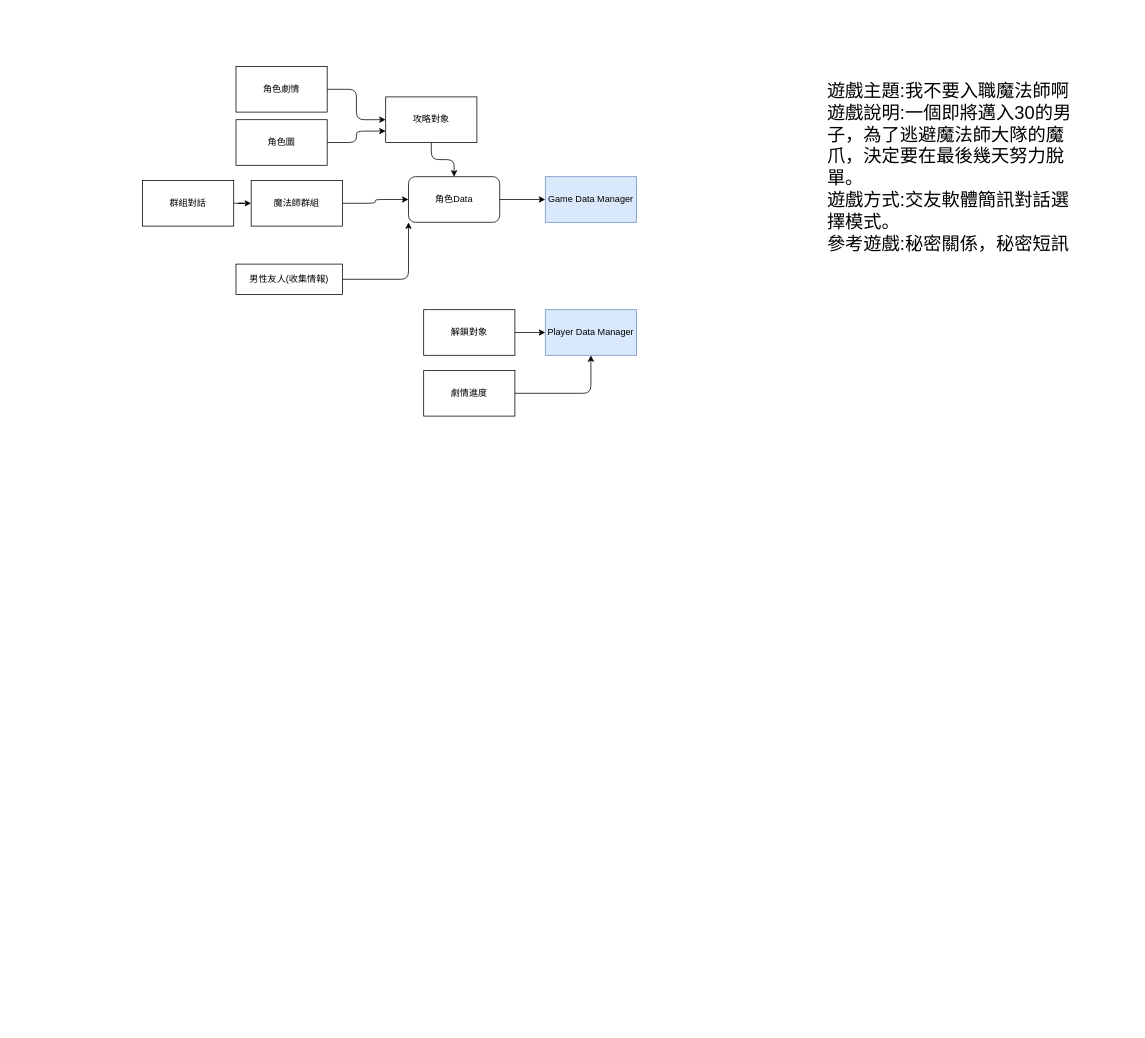
Above: Untitled Diagram.drawio in tarkers/Game_flow_chart (draw.io), before the change. Source tidied: cells renumbered, new cells numbered last; positions are measured from the earlier drawing's top-left corner, leaving out a move shared by most shapes. Both pictures are drawn from the tidied source at 76%, with x=0, y=0 at pixel (142, 66).
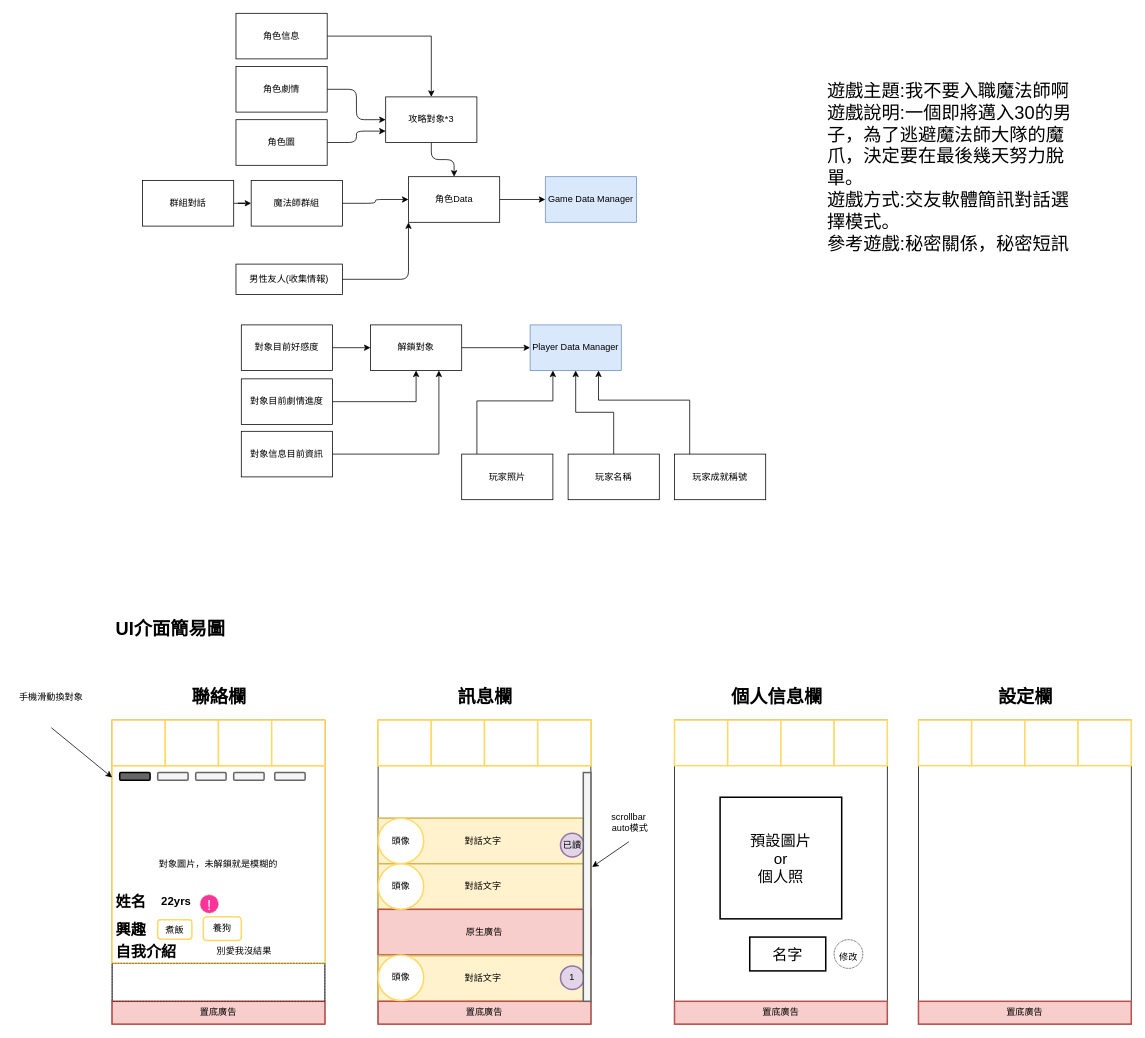
The same page after the edit.

The edit, as a diff of the source:
```diff
@@
     <mxCell id="5" value="Player Data Manager" style="rounded=0;whiteSpace=wrap;html=1;fillColor=#dae8fc;strokeColor=#6c8ebf;" parent="1" vertex="1">
-      <mxGeometry x="530" y="320" width="120" height="60" as="geometry" />
+      <mxGeometry x="510" y="340" width="120" height="60" as="geometry" />
     </mxCell>
@@
-    <mxCell id="7" value="角色Data" style="rounded=1;whiteSpace=wrap;html=1;sketch=0;" parent="1" vertex="1">
+    <mxCell id="7" value="角色Data" style="rounded=0;whiteSpace=wrap;html=1;sketch=0;" parent="1" vertex="1">
       <mxGeometry x="350" y="145" width="120" height="60" as="geometry" />
     </mxCell>
@@
     <mxCell id="12" value="解鎖對象" style="rounded=0;whiteSpace=wrap;html=1;sketch=0;align=center;" parent="1" vertex="1">
-      <mxGeometry x="370" y="320" width="120" height="60" as="geometry" />
+      <mxGeometry x="300" y="340" width="120" height="60" as="geometry" />
     </mxCell>
-    <mxCell id="13" style="edgeStyle=orthogonalEdgeStyle;curved=0;rounded=1;sketch=0;jettySize=auto;html=1;entryX=0.5;entryY=1;entryDx=0;entryDy=0;" parent="1" edge="1" source="14" target="5">
-      <mxGeometry relative="1" as="geometry" />
-    </mxCell>
-    <mxCell id="14" value="劇情進度" style="rounded=0;whiteSpace=wrap;html=1;sketch=0;align=center;" parent="1" vertex="1">
-      <mxGeometry x="370" y="400" width="120" height="60" as="geometry" />
-    </mxCell>
@@
-    <mxCell id="18" value="攻略對象" style="rounded=0;whiteSpace=wrap;html=1;sketch=0;align=center;" parent="1" vertex="1">
+    <mxCell id="18" value="攻略對象*3" style="rounded=0;whiteSpace=wrap;html=1;sketch=0;align=center;" parent="1" vertex="1">
       <mxGeometry x="320" y="40" width="120" height="60" as="geometry" />
     </mxCell>
@@
+    <mxCell id="23" style="edgeStyle=orthogonalEdgeStyle;rounded=0;jettySize=auto;html=1;" parent="1" edge="1" source="24" target="12">
+      <mxGeometry relative="1" as="geometry" />
+    </mxCell>
+    <mxCell id="24" value="對象目前好感度" style="rounded=0;whiteSpace=wrap;html=1;" parent="1" vertex="1">
+      <mxGeometry x="130" y="340" width="120" height="60" as="geometry" />
+    </mxCell>
+    <mxCell id="25" style="edgeStyle=orthogonalEdgeStyle;rounded=0;jettySize=auto;html=1;" parent="1" edge="1" source="26" target="12">
+      <mxGeometry relative="1" as="geometry" />
+    </mxCell>
+    <mxCell id="26" value="對象目前劇情進度" style="rounded=0;whiteSpace=wrap;html=1;" parent="1" vertex="1">
+      <mxGeometry x="130" y="411" width="120" height="60" as="geometry" />
+    </mxCell>
+    <mxCell id="27" style="edgeStyle=orthogonalEdgeStyle;rounded=0;jettySize=auto;html=1;" parent="1" edge="1" source="28" target="5">
+      <mxGeometry relative="1" as="geometry" />
+    </mxCell>
+    <mxCell id="28" value="玩家名稱" style="rounded=0;whiteSpace=wrap;html=1;" parent="1" vertex="1">
+      <mxGeometry x="560" y="510" width="120" height="60" as="geometry" />
+    </mxCell>
+    <mxCell id="29" style="edgeStyle=orthogonalEdgeStyle;rounded=0;jettySize=auto;html=1;entryX=0.25;entryY=1;entryDx=0;entryDy=0;" parent="1" edge="1" source="30" target="5">
+      <mxGeometry relative="1" as="geometry">
+        <Array as="points">
+          <mxPoint x="440" y="440" />
+          <mxPoint x="540" y="440" />
+        </Array>
+      </mxGeometry>
+    </mxCell>
+    <mxCell id="30" value="玩家照片" style="rounded=0;whiteSpace=wrap;html=1;" parent="1" vertex="1">
+      <mxGeometry x="420" y="510" width="120" height="60" as="geometry" />
+    </mxCell>
+    <mxCell id="31" style="edgeStyle=orthogonalEdgeStyle;rounded=0;jettySize=auto;html=1;entryX=0.75;entryY=1;entryDx=0;entryDy=0;" parent="1" edge="1" source="32" target="5">
+      <mxGeometry relative="1" as="geometry">
+        <Array as="points">
+          <mxPoint x="720" y="439" />
+          <mxPoint x="600" y="439" />
+        </Array>
+      </mxGeometry>
+    </mxCell>
+    <mxCell id="32" value="玩家成就稱號" style="rounded=0;whiteSpace=wrap;html=1;" parent="1" vertex="1">
+      <mxGeometry x="700" y="510" width="120" height="60" as="geometry" />
+    </mxCell>
+    <mxCell id="33" style="edgeStyle=orthogonalEdgeStyle;rounded=0;jettySize=auto;html=1;entryX=0.75;entryY=1;entryDx=0;entryDy=0;" parent="1" edge="1" source="34" target="12">
+      <mxGeometry relative="1" as="geometry" />
+    </mxCell>
+    <mxCell id="34" value="對象信息目前資訊" style="rounded=0;whiteSpace=wrap;html=1;" parent="1" vertex="1">
+      <mxGeometry x="130" y="480" width="120" height="60" as="geometry" />
+    </mxCell>
+    <mxCell id="35" style="edgeStyle=orthogonalEdgeStyle;rounded=0;jettySize=auto;html=1;exitX=1;exitY=0.5;exitDx=0;exitDy=0;entryX=0.5;entryY=0;entryDx=0;entryDy=0;" parent="1" edge="1" source="36" target="18">
+      <mxGeometry relative="1" as="geometry" />
+    </mxCell>
+    <mxCell id="36" value="角色信息" style="rounded=0;whiteSpace=wrap;html=1;" parent="1" vertex="1">
+      <mxGeometry x="123" y="-70" width="120" height="60" as="geometry" />
+    </mxCell>
+    <mxCell id="37" style="rounded=0;whiteSpace=wrap;html=1;" parent="1" vertex="1">
+      <mxGeometry x="-40" y="860" width="280" height="400" as="geometry" />
+    </mxCell>
+    <mxCell id="38" value="&lt;h1&gt;UI介面簡易圖&lt;/h1&gt;" style="text;html=1;strokeColor=none;fillColor=none;spacing=5;spacingTop=-20;whiteSpace=wrap;overflow=hidden;rounded=0;" parent="1" vertex="1">
+      <mxGeometry x="-40" y="720" width="190" height="120" as="geometry" />
+    </mxCell>
+    <mxCell id="39" value="&lt;h1&gt;聯絡欄&lt;/h1&gt;" style="text;html=1;strokeColor=none;fillColor=none;spacing=5;spacingTop=-20;whiteSpace=wrap;overflow=hidden;rounded=0;" parent="1" vertex="1">
+      <mxGeometry x="60" y="810" width="80" height="40" as="geometry" />
+    </mxCell>
+    <mxCell id="40" value="&lt;h1&gt;訊息欄&lt;/h1&gt;" style="text;html=1;strokeColor=none;fillColor=none;spacing=5;spacingTop=-20;whiteSpace=wrap;overflow=hidden;rounded=0;" parent="1" vertex="1">
+      <mxGeometry x="410" y="810" width="80" height="40" as="geometry" />
+    </mxCell>
+    <mxCell id="41" style="rounded=0;whiteSpace=wrap;html=1;" parent="1" vertex="1">
+      <mxGeometry x="310" y="860" width="280" height="400" as="geometry" />
+    </mxCell>
+    <mxCell id="42" value="&lt;span&gt;對話文字&amp;nbsp;&lt;/span&gt;" style="rounded=0;whiteSpace=wrap;html=1;fillColor=#fff2cc;strokeColor=#d6b656;strokeWidth=2;" parent="1" vertex="1">
+      <mxGeometry x="310" y="989" width="280" height="60" as="geometry" />
+    </mxCell>
+    <mxCell id="43" value="對話文字&amp;nbsp;" style="rounded=0;whiteSpace=wrap;html=1;fillColor=#fff2cc;strokeColor=#d6b656;strokeWidth=2;" parent="1" vertex="1">
+      <mxGeometry x="310" y="1049" width="280" height="60" as="geometry" />
+    </mxCell>
+    <mxCell id="44" value="原生廣告" style="rounded=0;whiteSpace=wrap;html=1;fillColor=#f8cecc;strokeColor=#b85450;strokeWidth=2;" parent="1" vertex="1">
+      <mxGeometry x="310" y="1109" width="280" height="60" as="geometry" />
+    </mxCell>
+    <mxCell id="45" value="&lt;span&gt;對話文字&amp;nbsp;&lt;/span&gt;" style="rounded=0;whiteSpace=wrap;html=1;fillColor=#fff2cc;strokeColor=#d6b656;strokeWidth=2;" parent="1" vertex="1">
+      <mxGeometry x="310" y="1170" width="280" height="60" as="geometry" />
+    </mxCell>
+    <mxCell id="46" value="置底廣告" style="rounded=0;whiteSpace=wrap;html=1;strokeColor=#b85450;strokeWidth=2;fillColor=#f8cecc;" parent="1" vertex="1">
+      <mxGeometry x="310" y="1230" width="280" height="30" as="geometry" />
+    </mxCell>
+    <mxCell id="47" value="置底廣告" style="rounded=0;whiteSpace=wrap;html=1;strokeColor=#b85450;strokeWidth=2;fillColor=#f8cecc;" parent="1" vertex="1">
+      <mxGeometry x="-40" y="1230" width="280" height="30" as="geometry" />
+    </mxCell>
+    <mxCell id="48" value="頭像" style="ellipse;whiteSpace=wrap;html=1;strokeColor=#FFD966;strokeWidth=2;" parent="1" vertex="1">
+      <mxGeometry x="310" y="989" width="60" height="60" as="geometry" />
+    </mxCell>
+    <mxCell id="49" value="頭像" style="ellipse;whiteSpace=wrap;html=1;strokeColor=#FFD966;strokeWidth=2;" parent="1" vertex="1">
+      <mxGeometry x="310" y="1049" width="60" height="60" as="geometry" />
+    </mxCell>
+    <mxCell id="50" value="頭像" style="ellipse;whiteSpace=wrap;html=1;strokeColor=#FFD966;strokeWidth=2;" parent="1" vertex="1">
+      <mxGeometry x="310" y="1169" width="60" height="60" as="geometry" />
+    </mxCell>
+    <mxCell id="51" value="1" style="ellipse;whiteSpace=wrap;html=1;strokeColor=#9673a6;strokeWidth=2;fillColor=#e1d5e7;" parent="1" vertex="1">
+      <mxGeometry x="550" y="1183.5" width="31" height="31" as="geometry" />
+    </mxCell>
+    <mxCell id="52" value="已讀" style="ellipse;whiteSpace=wrap;html=1;strokeColor=#9673a6;strokeWidth=2;fillColor=#e1d5e7;" parent="1" vertex="1">
+      <mxGeometry x="550" y="1009" width="31" height="31" as="geometry" />
+    </mxCell>
+    <mxCell id="53" style="rounded=0;whiteSpace=wrap;html=1;strokeColor=#666666;strokeWidth=2;fillColor=#f5f5f5;fontColor=#333333;" parent="1" vertex="1">
+      <mxGeometry x="580" y="929" width="10" height="301" as="geometry" />
+    </mxCell>
+    <mxCell id="54" style="endArrow=classic;html=1;entryX=1.16;entryY=0.413;entryDx=0;entryDy=0;entryPerimeter=0;exitX=0.5;exitY=1;exitDx=0;exitDy=0;" parent="1" edge="1" source="55" target="53">
+      <mxGeometry relative="1" as="geometry" />
+    </mxCell>
+    <mxCell id="55" value="scrollbar&lt;br&gt;&amp;nbsp;auto模式" style="text;html=1;strokeColor=none;fillColor=none;align=center;verticalAlign=middle;whiteSpace=wrap;rounded=0;" parent="1" vertex="1">
+      <mxGeometry x="590" y="970" width="100" height="50" as="geometry" />
+    </mxCell>
+    <mxCell id="56" style="rounded=0;whiteSpace=wrap;html=1;" parent="1" vertex="1">
+      <mxGeometry x="1021" y="860" width="280" height="400" as="geometry" />
+    </mxCell>
+    <mxCell id="57" value="&lt;h1&gt;設定欄&lt;/h1&gt;" style="text;html=1;strokeColor=none;fillColor=none;spacing=5;spacingTop=-20;whiteSpace=wrap;overflow=hidden;rounded=0;" parent="1" vertex="1">
+      <mxGeometry x="1121" y="810" width="80" height="40" as="geometry" />
+    </mxCell>
+    <mxCell id="58" value="置底廣告" style="rounded=0;whiteSpace=wrap;html=1;strokeColor=#b85450;strokeWidth=2;fillColor=#f8cecc;" parent="1" vertex="1">
+      <mxGeometry x="1021" y="1230" width="280" height="30" as="geometry" />
+    </mxCell>
+    <mxCell id="59" style="rounded=0;whiteSpace=wrap;html=1;strokeColor=#FFD966;strokeWidth=2;" parent="1" vertex="1">
+      <mxGeometry x="310" y="860" width="280" height="60" as="geometry" />
+    </mxCell>
+    <mxCell id="60" value="對象圖片，未解鎖就是模糊的" style="rounded=0;whiteSpace=wrap;html=1;strokeColor=#FFD966;strokeWidth=2;" parent="1" vertex="1">
+      <mxGeometry x="-40" y="920" width="280" height="260" as="geometry" />
+    </mxCell>
+    <mxCell id="61" style="group;" parent="1" vertex="1">
+      <mxGeometry x="1021" y="860" width="280" height="60" as="geometry" />
+    </mxCell>
+    <mxCell id="62" style="rounded=0;whiteSpace=wrap;html=1;strokeColor=#FFD966;strokeWidth=2;" parent="61" vertex="1">
+      <mxGeometry width="70" height="60" as="geometry" />
+    </mxCell>
+    <mxCell id="63" style="rounded=0;whiteSpace=wrap;html=1;strokeColor=#FFD966;strokeWidth=2;" parent="61" vertex="1">
+      <mxGeometry x="70" width="70" height="60" as="geometry" />
+    </mxCell>
+    <mxCell id="64" style="rounded=0;whiteSpace=wrap;html=1;strokeColor=#FFD966;strokeWidth=2;" parent="61" vertex="1">
+      <mxGeometry x="140" width="70" height="60" as="geometry" />
+    </mxCell>
+    <mxCell id="65" style="rounded=0;whiteSpace=wrap;html=1;strokeColor=#FFD966;strokeWidth=2;" parent="61" vertex="1">
+      <mxGeometry x="210" width="70" height="60" as="geometry" />
+    </mxCell>
+    <mxCell id="66" style="group;" parent="1" vertex="1">
+      <mxGeometry x="-40" y="860" width="280" height="60" as="geometry" />
+    </mxCell>
+    <mxCell id="67" style="rounded=0;whiteSpace=wrap;html=1;strokeColor=#FFD966;strokeWidth=2;" parent="66" vertex="1">
+      <mxGeometry width="70" height="60" as="geometry" />
+    </mxCell>
+    <mxCell id="68" style="rounded=0;whiteSpace=wrap;html=1;strokeColor=#FFD966;strokeWidth=2;" parent="66" vertex="1">
+      <mxGeometry x="70" width="70" height="60" as="geometry" />
+    </mxCell>
+    <mxCell id="69" style="rounded=0;whiteSpace=wrap;html=1;strokeColor=#FFD966;strokeWidth=2;" parent="66" vertex="1">
+      <mxGeometry x="140" width="70" height="60" as="geometry" />
+    </mxCell>
+    <mxCell id="70" style="rounded=0;whiteSpace=wrap;html=1;strokeColor=#FFD966;strokeWidth=2;" parent="66" vertex="1">
+      <mxGeometry x="210" width="70" height="60" as="geometry" />
+    </mxCell>
+    <mxCell id="71" style="group;" parent="1" vertex="1">
+      <mxGeometry x="310" y="860" width="280" height="60" as="geometry" />
+    </mxCell>
+    <mxCell id="72" style="rounded=0;whiteSpace=wrap;html=1;strokeColor=#FFD966;strokeWidth=2;" parent="71" vertex="1">
+      <mxGeometry width="70" height="60" as="geometry" />
+    </mxCell>
+    <mxCell id="73" style="rounded=0;whiteSpace=wrap;html=1;strokeColor=#FFD966;strokeWidth=2;" parent="71" vertex="1">
+      <mxGeometry x="70" width="70" height="60" as="geometry" />
+    </mxCell>
+    <mxCell id="74" style="rounded=0;whiteSpace=wrap;html=1;strokeColor=#FFD966;strokeWidth=2;" parent="71" vertex="1">
+      <mxGeometry x="140" width="70" height="60" as="geometry" />
+    </mxCell>
+    <mxCell id="75" style="rounded=0;whiteSpace=wrap;html=1;strokeColor=#FFD966;strokeWidth=2;" parent="71" vertex="1">
+      <mxGeometry x="210" width="70" height="60" as="geometry" />
+    </mxCell>
+    <mxCell id="76" style="rounded=0;whiteSpace=wrap;html=1;" parent="1" vertex="1">
+      <mxGeometry x="700" y="860" width="280" height="400" as="geometry" />
+    </mxCell>
+    <mxCell id="77" value="&lt;h1&gt;個人信息欄&lt;/h1&gt;" style="text;html=1;strokeColor=none;fillColor=none;spacing=5;spacingTop=-20;whiteSpace=wrap;overflow=hidden;rounded=0;" parent="1" vertex="1">
+      <mxGeometry x="770" y="810" width="140" height="40" as="geometry" />
+    </mxCell>
+    <mxCell id="78" value="置底廣告" style="rounded=0;whiteSpace=wrap;html=1;strokeColor=#b85450;strokeWidth=2;fillColor=#f8cecc;" parent="1" vertex="1">
+      <mxGeometry x="700" y="1230" width="280" height="30" as="geometry" />
+    </mxCell>
+    <mxCell id="79" style="group;" parent="1" vertex="1">
+      <mxGeometry x="700" y="860" width="280" height="60" as="geometry" />
+    </mxCell>
+    <mxCell id="80" style="rounded=0;whiteSpace=wrap;html=1;strokeColor=#FFD966;strokeWidth=2;" parent="79" vertex="1">
+      <mxGeometry width="70" height="60" as="geometry" />
+    </mxCell>
+    <mxCell id="81" style="rounded=0;whiteSpace=wrap;html=1;strokeColor=#FFD966;strokeWidth=2;" parent="79" vertex="1">
+      <mxGeometry x="70" width="70" height="60" as="geometry" />
+    </mxCell>
+    <mxCell id="82" style="rounded=0;whiteSpace=wrap;html=1;strokeColor=#FFD966;strokeWidth=2;" parent="79" vertex="1">
+      <mxGeometry x="140" width="70" height="60" as="geometry" />
+    </mxCell>
+    <mxCell id="83" style="rounded=0;whiteSpace=wrap;html=1;strokeColor=#FFD966;strokeWidth=2;" parent="79" vertex="1">
+      <mxGeometry x="210" width="70" height="60" as="geometry" />
+    </mxCell>
+    <mxCell id="84" value="&lt;h1 style=&quot;font-size: 20px;&quot;&gt;姓名&lt;/h1&gt;" style="text;html=1;strokeColor=none;fillColor=none;spacing=5;spacingTop=-20;whiteSpace=wrap;overflow=hidden;rounded=0;fontSize=20;" parent="1" vertex="1">
+      <mxGeometry x="-40" y="1083.8" width="50" height="30" as="geometry" />
+    </mxCell>
+    <mxCell id="85" value="&lt;h1&gt;&lt;font style=&quot;font-size: 15px&quot;&gt;22yrs&lt;/font&gt;&lt;/h1&gt;" style="text;html=1;strokeColor=none;fillColor=none;spacing=5;spacingTop=-20;whiteSpace=wrap;overflow=hidden;rounded=0;" parent="1" vertex="1">
+      <mxGeometry x="20" y="1076" width="60" height="45.5" as="geometry" />
+    </mxCell>
+    <mxCell id="86" value="煮飯" style="rounded=1;whiteSpace=wrap;html=1;strokeColor=#FFD966;strokeWidth=2;" parent="1" vertex="1">
+      <mxGeometry x="20" y="1122.8" width="45" height="25.5" as="geometry" />
+    </mxCell>
+    <mxCell id="87" value="養狗" style="rounded=1;whiteSpace=wrap;html=1;strokeColor=#FFD966;strokeWidth=2;" parent="1" vertex="1">
+      <mxGeometry x="80" y="1118.8" width="50" height="31.2" as="geometry" />
+    </mxCell>
+    <mxCell id="88" value="&lt;h1 style=&quot;font-size: 20px;&quot;&gt;興趣&lt;/h1&gt;" style="text;html=1;strokeColor=none;fillColor=none;spacing=5;spacingTop=-20;whiteSpace=wrap;overflow=hidden;rounded=0;fontSize=20;" parent="1" vertex="1">
+      <mxGeometry x="-40" y="1121" width="50" height="24.5" as="geometry" />
+    </mxCell>
+    <mxCell id="89" style="rounded=1;whiteSpace=wrap;html=1;strokeWidth=2;fontColor=#333333;fillColor=#666666;" parent="1" vertex="1">
+      <mxGeometry x="-30" y="929" width="40" height="10" as="geometry" />
+    </mxCell>
+    <mxCell id="90" style="rounded=1;whiteSpace=wrap;html=1;strokeColor=#666666;strokeWidth=2;fillColor=#f5f5f5;fontColor=#333333;" parent="1" vertex="1">
+      <mxGeometry x="20" y="929" width="40" height="10" as="geometry" />
+    </mxCell>
+    <mxCell id="91" style="rounded=1;whiteSpace=wrap;html=1;strokeColor=#666666;strokeWidth=2;fillColor=#f5f5f5;fontColor=#333333;" parent="1" vertex="1">
+      <mxGeometry x="70" y="929" width="40" height="10" as="geometry" />
+    </mxCell>
+    <mxCell id="92" style="rounded=1;whiteSpace=wrap;html=1;strokeColor=#666666;strokeWidth=2;fillColor=#f5f5f5;fontColor=#333333;" parent="1" vertex="1">
+      <mxGeometry x="120" y="929" width="40" height="10" as="geometry" />
+    </mxCell>
+    <mxCell id="93" style="rounded=1;whiteSpace=wrap;html=1;strokeColor=#666666;strokeWidth=2;fillColor=#f5f5f5;fontColor=#333333;" parent="1" vertex="1">
+      <mxGeometry x="174" y="929" width="40" height="10" as="geometry" />
+    </mxCell>
+    <mxCell id="94" style="endArrow=classic;html=1;" parent="1" edge="1" target="60">
+      <mxGeometry relative="1" as="geometry">
+        <mxPoint x="-120" y="870" as="sourcePoint" />
+      </mxGeometry>
+    </mxCell>
+    <mxCell id="95" value="手機滑動換對象" style="text;html=1;strokeColor=none;fillColor=none;align=center;verticalAlign=middle;whiteSpace=wrap;rounded=0;" parent="1" vertex="1">
+      <mxGeometry x="-170" y="800" width="100" height="60" as="geometry" />
+    </mxCell>
+    <mxCell id="96" value="&lt;h1 style=&quot;font-size: 20px&quot;&gt;自我介紹&lt;/h1&gt;" style="text;html=1;strokeColor=none;fillColor=none;spacing=5;spacingTop=-20;whiteSpace=wrap;overflow=hidden;rounded=0;" parent="1" vertex="1">
+      <mxGeometry x="-40" y="1150" width="100" height="45.5" as="geometry" />
+    </mxCell>
+    <mxCell id="97" value="&lt;span style=&quot;font-size: 12px&quot;&gt;別愛我沒結果&lt;/span&gt;" style="text;html=1;strokeColor=none;fillColor=none;align=center;verticalAlign=middle;whiteSpace=wrap;rounded=0;fontSize=20;" parent="1" vertex="1">
+      <mxGeometry x="54" y="1150" width="160" height="20" as="geometry" />
+    </mxCell>
+    <mxCell id="98" value="預設圖片&lt;br&gt;or&lt;br&gt;個人照" style="rounded=0;whiteSpace=wrap;html=1;strokeColor=#000000;strokeWidth=2;fillColor=none;fontSize=20;fontColor=none;" parent="1" vertex="1">
+      <mxGeometry x="760" y="961.5" width="160" height="160" as="geometry" />
+    </mxCell>
+    <mxCell id="99" value="名字" style="rounded=0;whiteSpace=wrap;html=1;strokeColor=#000000;strokeWidth=2;fillColor=none;fontSize=20;fontColor=none;" parent="1" vertex="1">
+      <mxGeometry x="799" y="1145.5" width="100" height="44.5" as="geometry" />
+    </mxCell>
+    <mxCell id="100" value="&lt;div style=&quot;text-align: justify&quot;&gt;&lt;span style=&quot;font-size: 12px&quot;&gt;修改&lt;/span&gt;&lt;/div&gt;" style="ellipse;whiteSpace=wrap;html=1;strokeWidth=1;fillColor=none;fontSize=20;fontColor=none;align=center;dashed=1;dashPattern=1 1;" parent="1" vertex="1">
+      <mxGeometry x="910" y="1148.9" width="37.8" height="37.8" as="geometry" />
+    </mxCell>
+    <mxCell id="101" value="&lt;font style=&quot;font-size: 20px&quot; color=&quot;#ffffff&quot;&gt;!&lt;/font&gt;" style="ellipse;whiteSpace=wrap;html=1;dashed=1;dashPattern=1 1;strokeColor=#b85450;strokeWidth=1;fontSize=20;fillColor=#FF3399;" parent="1" vertex="1">
+      <mxGeometry x="76" y="1090" width="23.8" height="23.8" as="geometry" />
+    </mxCell>
+    <mxCell id="102" style="rounded=0;whiteSpace=wrap;html=1;dashed=1;dashPattern=1 1;strokeColor=#000000;strokeWidth=1;fontSize=20;fontColor=none;fillColor=none;" parent="1" vertex="1">
+      <mxGeometry x="-40" y="1180" width="280" height="50" as="geometry" />
+    </mxCell>
```
